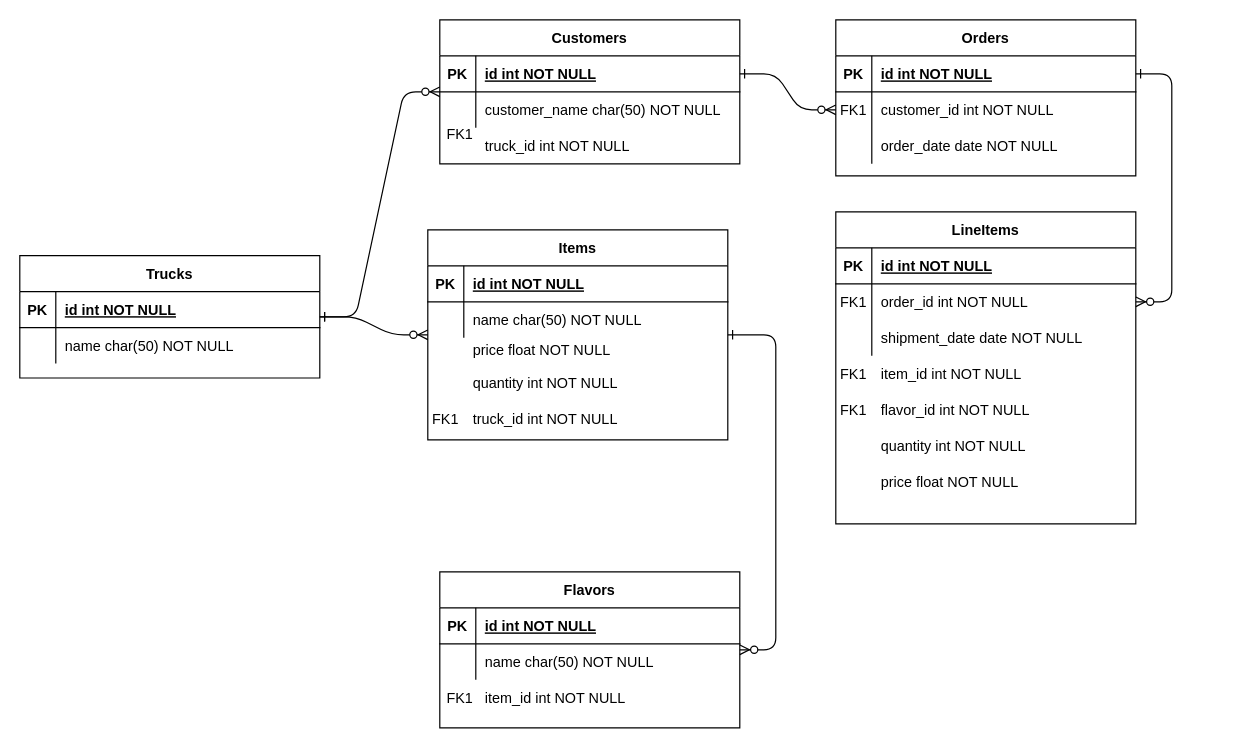
Above: ERD.drawio in tasdendu/icecream_truck (draw.io), before the change. Source tidied: cells renumbered, new cells numbered last; positions are measured from the earlier drawing's top-left corner, leaving out a move shared by most shapes. Both pictures are drawn from the tidied source at 120%, with x=0, y=0 at pixel (19, 19).
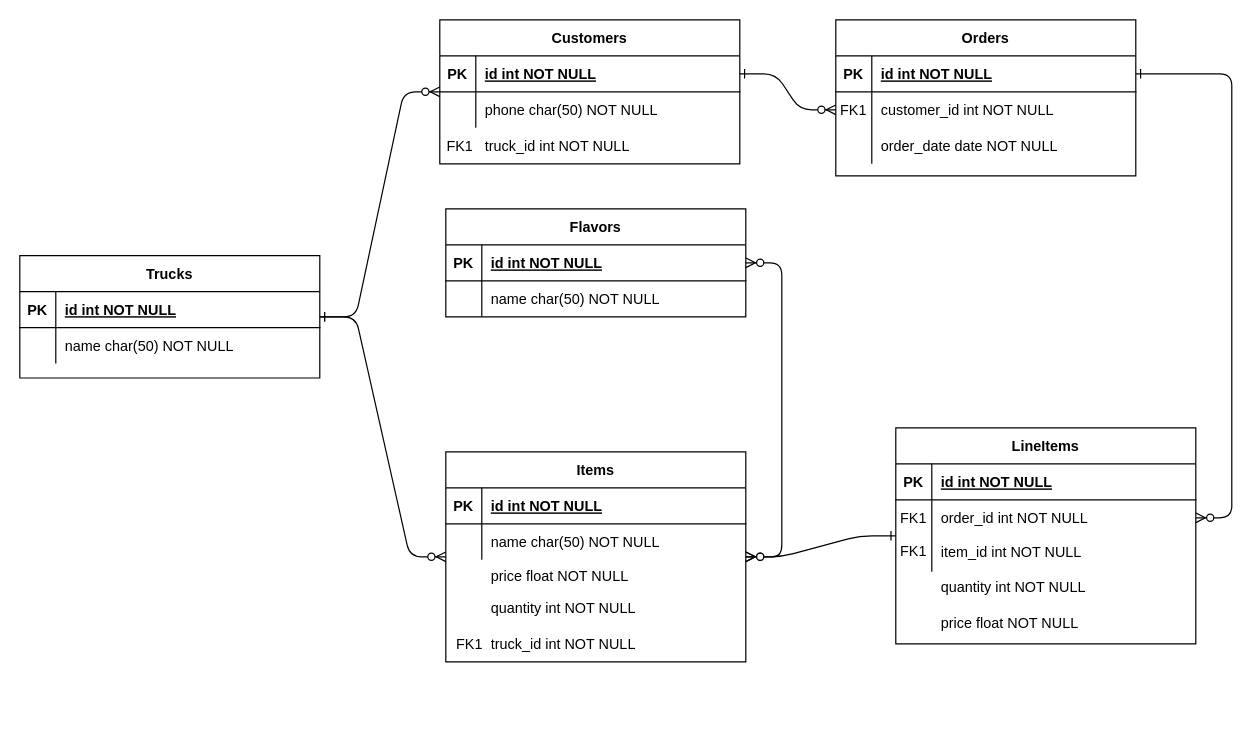
The same diagram, later.

The change refers to these unchanged cells:
```xml
<mxCell id="21" style="shape=partialRectangle;fillColor=none;top=0;left=0;right=0;bottom=0;" parent="14" vertex="1">
  <mxGeometry y="90" width="250" height="30" as="geometry" />
</mxCell>
<mxCell id="28" style="shape=partialRectangle;fillColor=none;top=0;left=0;right=0;bottom=0;" parent="24" vertex="1">
  <mxGeometry y="60" width="250" height="30" as="geometry" />
</mxCell>
```

What changed in the source:
```diff
@@
     <mxCell id="14" value="LineItems" style="shape=table;startSize=30;childLayout=tableLayout;rowLines=0;fontStyle=1;align=center;" parent="1" vertex="1">
-      <mxGeometry x="680" y="160" width="250" height="260" as="geometry" />
+      <mxGeometry x="730" y="340" width="250" height="180" as="geometry" />
     </mxCell>
@@
-    <mxCell id="23" value="shipment_date date NOT NULL" style="shape=partialRectangle;overflow=hidden;fillColor=none;top=0;left=0;bottom=0;right=0;align=left;spacingLeft=6;" parent="21" vertex="1">
+    <mxCell id="23" style="shape=partialRectangle;overflow=hidden;fillColor=none;top=0;left=0;bottom=0;right=0;align=left;spacingLeft=6;" parent="21" vertex="1">
       <mxGeometry x="30" width="220" height="30" as="geometry" />
     </mxCell>
@@
-    <mxCell id="30" value="customer_name char(50) NOT NULL" style="shape=partialRectangle;overflow=hidden;fillColor=none;top=0;left=0;bottom=0;right=0;align=left;spacingLeft=6;" parent="28" vertex="1">
+    <mxCell id="30" value="phone char(50) NOT NULL" style="shape=partialRectangle;overflow=hidden;fillColor=none;top=0;left=0;bottom=0;right=0;align=left;spacingLeft=6;" parent="28" vertex="1">
       <mxGeometry x="30" width="220" height="30" as="geometry" />
     </mxCell>
     <mxCell id="31" value="Items" style="shape=table;startSize=30;childLayout=tableLayout;rowLines=0;fontStyle=1;align=center;" parent="1" vertex="1">
-      <mxGeometry x="340" y="175" width="250" height="175" as="geometry" />
+      <mxGeometry x="355" y="360" width="250" height="175" as="geometry" />
     </mxCell>
@@
     <mxCell id="38" value="price float NOT NULL" style="shape=partialRectangle;overflow=hidden;fillColor=none;top=0;left=0;bottom=0;right=0;align=left;spacingLeft=6;" parent="1" vertex="1">
-      <mxGeometry x="370" y="260" width="220" height="30" as="geometry" />
+      <mxGeometry x="385" y="448" width="220" height="30" as="geometry" />
     </mxCell>
     <mxCell id="39" value="Flavors" style="shape=table;startSize=30;childLayout=tableLayout;rowLines=0;fontStyle=1;align=center;" parent="1" vertex="1">
-      <mxGeometry x="350" y="460" width="250" height="130" as="geometry" />
+      <mxGeometry x="355" y="157.5" width="250" height="90" as="geometry" />
     </mxCell>
@@
-    <mxCell id="46" style="edgeStyle=entityRelationEdgeStyle;endArrow=ERzeroToMany;startArrow=ERone;endFill=1;startFill=0;" parent="1" edge="1" source="31" target="39">
+    <mxCell id="46" style="edgeStyle=entityRelationEdgeStyle;endArrow=ERzeroToMany;startArrow=ERzeroToMany;endFill=1;startFill=0;" parent="1" edge="1" source="31" target="39">
       <mxGeometry relative="1" as="geometry" />
     </mxCell>
     <mxCell id="47" value="quantity int NOT NULL" style="shape=partialRectangle;overflow=hidden;fillColor=none;top=0;left=0;bottom=0;right=0;align=left;spacingLeft=6;" parent="1" vertex="1">
-      <mxGeometry x="370" y="287" width="220" height="30" as="geometry" />
+      <mxGeometry x="385" y="475" width="220" height="30" as="geometry" />
     </mxCell>
@@
     <mxCell id="56" value="truck_id int NOT NULL" style="shape=partialRectangle;overflow=hidden;fillColor=none;top=0;left=0;bottom=0;right=0;align=left;spacingLeft=6;" parent="1" vertex="1">
-      <mxGeometry x="370" y="317" width="220" height="30" as="geometry" />
+      <mxGeometry x="385" y="505" width="220" height="30" as="geometry" />
     </mxCell>
-    <mxCell id="57" value="item_id int NOT NULL" style="shape=partialRectangle;overflow=hidden;fillColor=none;top=0;left=0;bottom=0;right=0;align=left;spacingLeft=6;" parent="1" vertex="1">
-      <mxGeometry x="380" y="550" width="220" height="30" as="geometry" />
-    </mxCell>
@@
     <mxCell id="59" value="FK1" style="shape=partialRectangle;overflow=hidden;fillColor=none;top=0;left=0;bottom=0;right=0;" parent="1" vertex="1">
-      <mxGeometry x="340" y="317" width="30" height="30" as="geometry" />
+      <mxGeometry x="360" y="505" width="30" height="30" as="geometry" />
     </mxCell>
-    <mxCell id="60" value="FK1" style="shape=partialRectangle;overflow=hidden;fillColor=none;top=0;left=0;bottom=0;right=0;" parent="1" vertex="1">
-      <mxGeometry x="352" y="550" width="30" height="30" as="geometry" />
-    </mxCell>
     <mxCell id="61" value="FK1" style="shape=partialRectangle;overflow=hidden;fillColor=none;top=0;left=0;bottom=0;right=0;" parent="1" vertex="1">
-      <mxGeometry x="352" y="80" width="30" height="30" as="geometry" />
+      <mxGeometry x="352" y="90" width="30" height="30" as="geometry" />
     </mxCell>
@@
     <mxCell id="63" value="FK1" style="shape=partialRectangle;overflow=hidden;fillColor=none;top=0;left=0;bottom=0;right=0;" parent="1" vertex="1">
-      <mxGeometry x="680" y="280" width="30" height="30" as="geometry" />
+      <mxGeometry x="730" y="427.5" width="30" height="30" as="geometry" />
     </mxCell>
     <mxCell id="64" value="item_id int NOT NULL" style="shape=partialRectangle;overflow=hidden;fillColor=none;top=0;left=0;bottom=0;right=0;align=left;spacingLeft=6;" parent="1" vertex="1">
-      <mxGeometry x="710" y="280" width="220" height="30" as="geometry" />
+      <mxGeometry x="760" y="428" width="220" height="30" as="geometry" />
     </mxCell>
-    <mxCell id="65" value="flavor_id int NOT NULL" style="shape=partialRectangle;overflow=hidden;fillColor=none;top=0;left=0;bottom=0;right=0;align=left;spacingLeft=6;" parent="1" vertex="1">
-      <mxGeometry x="710" y="310" width="220" height="30" as="geometry" />
-    </mxCell>
-    <mxCell id="66" value="FK1" style="shape=partialRectangle;overflow=hidden;fillColor=none;top=0;left=0;bottom=0;right=0;" parent="1" vertex="1">
-      <mxGeometry x="680" y="310" width="30" height="30" as="geometry" />
-    </mxCell>
     <mxCell id="67" value="quantity int NOT NULL" style="shape=partialRectangle;overflow=hidden;fillColor=none;top=0;left=0;bottom=0;right=0;align=left;spacingLeft=6;" parent="1" vertex="1">
-      <mxGeometry x="710" y="340" width="220" height="30" as="geometry" />
+      <mxGeometry x="760" y="457" width="220" height="30" as="geometry" />
     </mxCell>
     <mxCell id="68" value="price float NOT NULL" style="shape=partialRectangle;overflow=hidden;fillColor=none;top=0;left=0;bottom=0;right=0;align=left;spacingLeft=6;" parent="1" vertex="1">
-      <mxGeometry x="710" y="370" width="220" height="30" as="geometry" />
+      <mxGeometry x="760" y="487" width="220" height="30" as="geometry" />
     </mxCell>
+    <mxCell id="69" style="edgeStyle=entityRelationEdgeStyle;endArrow=ERzeroToMany;startArrow=ERone;endFill=1;startFill=0;" parent="1" edge="1" source="14" target="31">
+      <mxGeometry relative="1" as="geometry" />
+    </mxCell>
```
